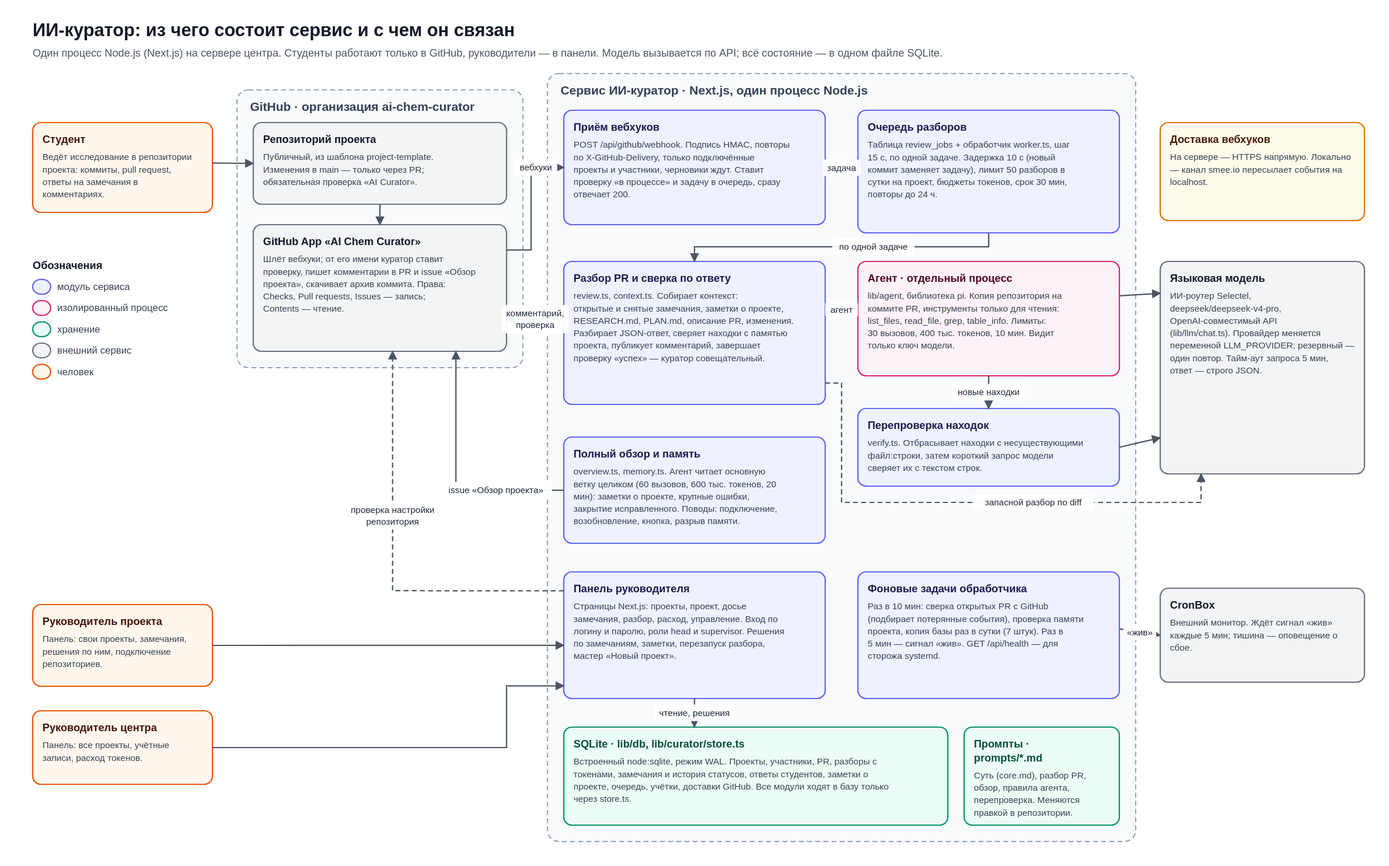
Earlier version of the draw.io export docs/документация/схемы/01 архитектура.drawio.svg (Riddars/ai-mentor). Source tidied: cells renumbered, new cells last; positions are measured from the earlier drawing's top-left corner, leaving out a move shared by most shapes.
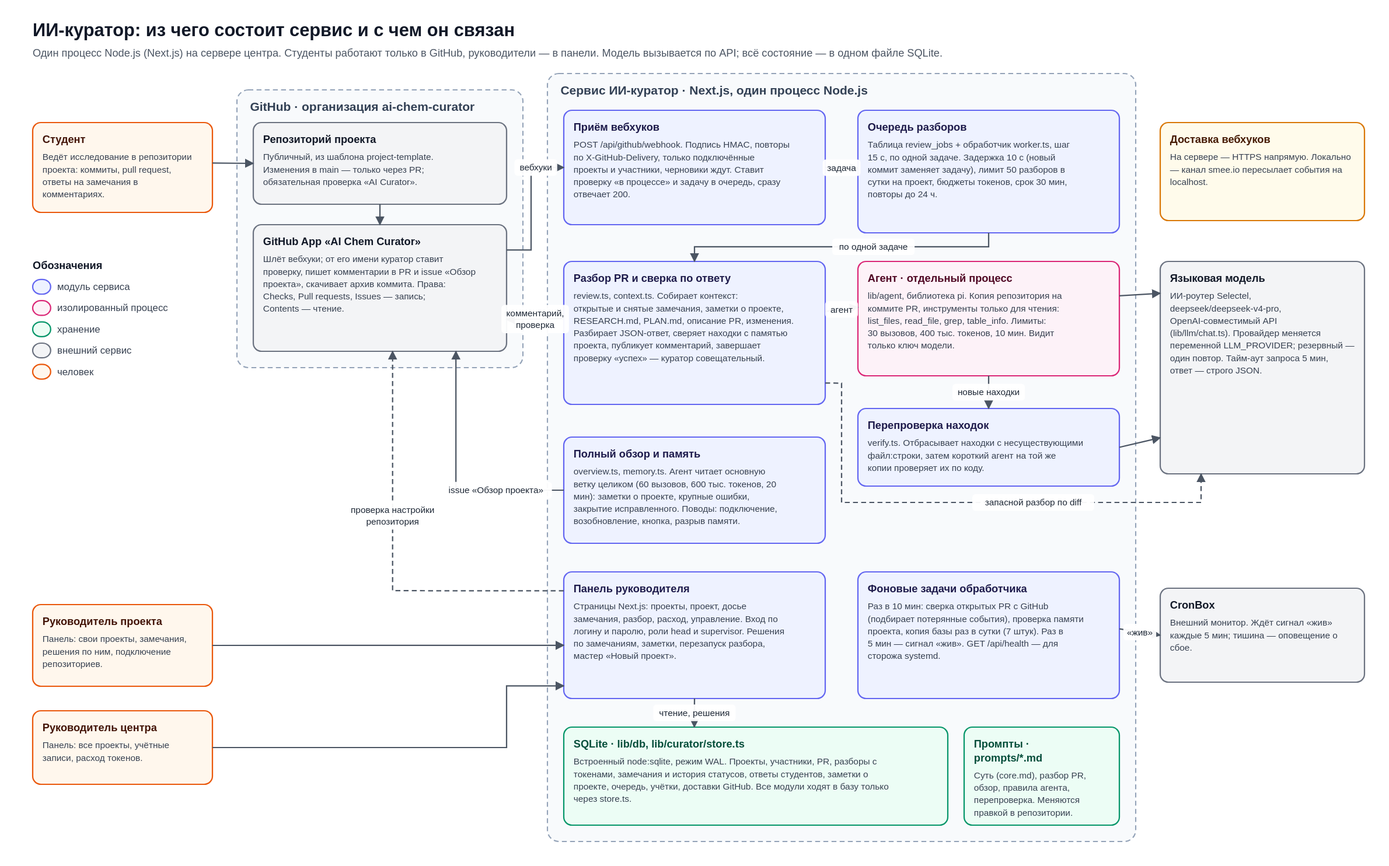
After the commit.

Commit message:
Перепроверка находок — короткий агент на той же копии репозитория

What changed in the source:
```diff
@@ -41,7 +41,7 @@
     <mxCell id="14" value="&lt;b style=&quot;font-size:13px;color:#500724&quot;&gt;Агент · отдельный процесс&lt;/b&gt;&lt;div style=&quot;font-size:11px;color:#374151;margin-top:4px&quot;&gt;lib/agent, библиотека pi. Копия репозитория на коммите PR, инструменты только для чтения: list_files, read_file, grep, table_info. Лимиты: 30 вызовов, 400 тыс. токенов, 10 мин. Видит только ключ модели.&lt;/div&gt;" style="rounded=1;arcSize=8;whiteSpace=wrap;html=1;fillColor=#FDF2F8;strokeColor=#DB2777;strokeWidth=1.6;verticalAlign=top;align=left;spacingLeft=10;spacingRight=10;spacingTop=4;fontFamily=Helvetica;" parent="1" vertex="1">
       <mxGeometry x="1010" y="298" width="320" height="140" as="geometry" />
     </mxCell>
-    <mxCell id="15" value="&lt;b style=&quot;font-size:13px;color:#1E1B4B&quot;&gt;Перепроверка находок&lt;/b&gt;&lt;div style=&quot;font-size:11px;color:#374151;margin-top:4px&quot;&gt;verify.ts. Отбрасывает находки с несуществующими файл:строки, затем короткий запрос модели сверяет их с текстом строк.&lt;/div&gt;" style="rounded=1;arcSize=8;whiteSpace=wrap;html=1;fillColor=#EEF2FF;strokeColor=#6366F1;strokeWidth=1.6;verticalAlign=top;align=left;spacingLeft=10;spacingRight=10;spacingTop=4;fontFamily=Helvetica;" parent="1" vertex="1">
+    <mxCell id="15" value="&lt;b style=&quot;font-size:13px;color:#1E1B4B&quot;&gt;Перепроверка находок&lt;/b&gt;&lt;div style=&quot;font-size:11px;color:#374151;margin-top:4px&quot;&gt;verify.ts. Отбрасывает находки с несуществующими файл:строки, затем короткий агент на той же копии проверяет их по коду.&lt;/div&gt;" style="rounded=1;arcSize=8;whiteSpace=wrap;html=1;fillColor=#EEF2FF;strokeColor=#6366F1;strokeWidth=1.6;verticalAlign=top;align=left;spacingLeft=10;spacingRight=10;spacingTop=4;fontFamily=Helvetica;" parent="1" vertex="1">
       <mxGeometry x="1010" y="478" width="320" height="95" as="geometry" />
     </mxCell>
     <mxCell id="16" value="&lt;b style=&quot;font-size:13px;color:#1E1B4B&quot;&gt;Полный обзор и память&lt;/b&gt;&lt;div style=&quot;font-size:11px;color:#374151;margin-top:4px&quot;&gt;overview.ts, memory.ts. Агент читает основную ветку целиком (60 вызовов, 600 тыс. токенов, 20 мин): заметки о проекте, крупные ошибки, закрытие исправленного. Поводы: подключение, возобновление, кнопка, разрыв памяти.&lt;/div&gt;" style="rounded=1;arcSize=8;whiteSpace=wrap;html=1;fillColor=#EEF2FF;strokeColor=#6366F1;strokeWidth=1.6;verticalAlign=top;align=left;spacingLeft=10;spacingRight=10;spacingTop=4;fontFamily=Helvetica;" parent="1" vertex="1">
```
